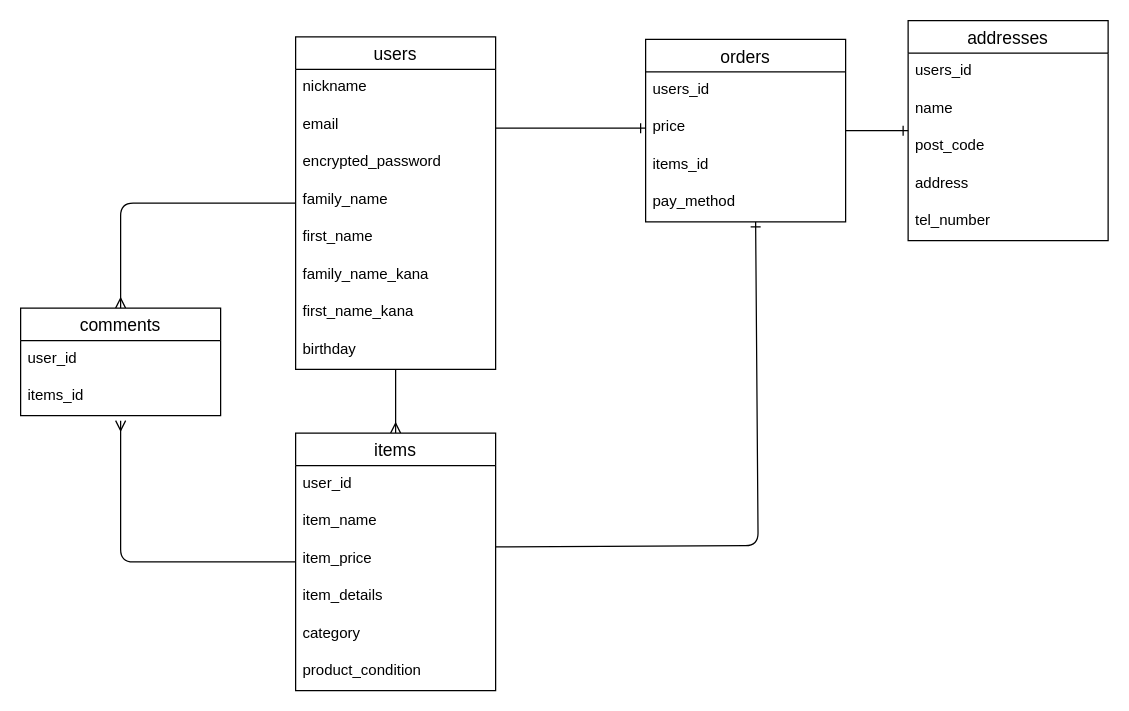
metamaru/furima-40260 keeps this draw.io diagram as furima.dio. Above is the earlier version. Source tidied: cells renumbered, new cells numbered last; positions are measured from the earlier drawing's top-left corner, leaving out a move shared by most shapes. Both pictures are drawn from the tidied source at 125%, with x=0, y=0 at pixel (20, 20).
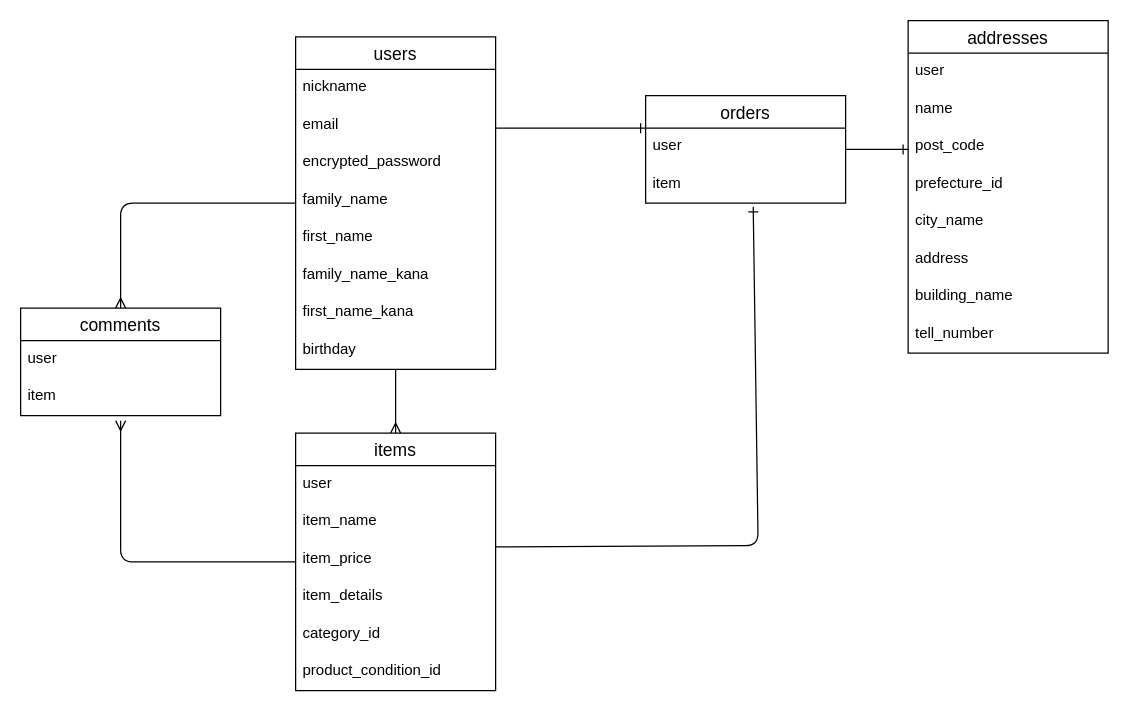
The same diagram, later.

Commit message (it also covers changes not shown here):
テーブル設計の修正

The change refers to these unchanged cells:
```xml
<mxCell id="15" value="items" style="swimlane;fontStyle=0;horizontal=1;startSize=26;align=center;fontSize=14;" parent="1" vertex="1">
  <mxGeometry x="220" y="330" width="160" height="206" as="geometry" />
</mxCell>
<mxCell id="17" value="item_name" style="text;strokeColor=none;fillColor=none;spacingLeft=4;spacingRight=4;overflow=hidden;points=[[0,0.5],[1,0.5]];portConstraint=eastwest;fontSize=12;" parent="15" vertex="1">
  <mxGeometry y="56" width="160" height="30" as="geometry" />
</mxCell>
<mxCell id="35" value="comments" style="swimlane;fontStyle=0;horizontal=1;startSize=26;align=center;fontSize=14;" parent="1" vertex="1">
  <mxGeometry y="230" width="160" height="86" as="geometry" />
</mxCell>
```

Change to the diagram source:
```diff
@@
-    <mxCell id="3" style="edgeStyle=none;html=1;entryX=0;entryY=0.5;entryDx=0;entryDy=0;endArrow=ERone;endFill=0;" parent="1" edge="1" target="25">
+    <mxCell id="3" style="edgeStyle=none;html=1;entryX=0;entryY=0.5;entryDx=0;entryDy=0;endArrow=ERone;endFill=0;" parent="1" edge="1">
       <mxGeometry relative="1" as="geometry">
         <mxPoint x="380" y="86" as="sourcePoint" />
+        <mxPoint x="500" y="86" as="targetPoint" />
       </mxGeometry>
     </mxCell>
@@
-    <mxCell id="16" value="user_id" style="text;strokeColor=none;fillColor=none;spacingLeft=4;spacingRight=4;overflow=hidden;fontSize=12;" parent="15" vertex="1">
+    <mxCell id="16" value="user" style="text;strokeColor=none;fillColor=none;spacingLeft=4;spacingRight=4;overflow=hidden;fontSize=12;" parent="15" vertex="1">
       <mxGeometry y="26" width="160" height="30" as="geometry" />
     </mxCell>
@@
-    <mxCell id="20" value="category" style="text;strokeColor=none;fillColor=none;spacingLeft=4;spacingRight=4;overflow=hidden;fontSize=12;" parent="15" vertex="1">
+    <mxCell id="20" value="category_id" style="text;strokeColor=none;fillColor=none;spacingLeft=4;spacingRight=4;overflow=hidden;fontSize=12;" parent="15" vertex="1">
       <mxGeometry y="146" width="160" height="30" as="geometry" />
     </mxCell>
-    <mxCell id="21" value="product_condition" style="text;strokeColor=none;fillColor=none;spacingLeft=4;spacingRight=4;overflow=hidden;fontSize=12;" parent="15" vertex="1">
-      <mxGeometry y="176" width="160" height="30" as="geometry" />
-    </mxCell>
+    <mxCell id="38" value="product_condition_id" style="text;strokeColor=none;fillColor=none;spacingLeft=4;spacingRight=4;overflow=hidden;fontSize=12;" parent="15" vertex="1">
+      <mxGeometry y="176" width="160" height="30" as="geometry" />
+    </mxCell>
-    <mxCell id="22" style="edgeStyle=none;html=1;entryX=0;entryY=0.5;entryDx=0;entryDy=0;endArrow=ERone;endFill=0;" parent="1" edge="1" source="23" target="28">
-      <mxGeometry relative="1" as="geometry" />
+    <mxCell id="22" style="edgeStyle=none;html=1;endArrow=ERone;endFill=0;" parent="1" edge="1" source="23">
+      <mxGeometry relative="1" as="geometry">
+        <mxPoint x="710" y="103" as="targetPoint" />
+      </mxGeometry>
     </mxCell>
     <mxCell id="23" value="orders" style="swimlane;fontStyle=0;horizontal=1;startSize=26;align=center;fontSize=14;" parent="1" vertex="1">
-      <mxGeometry x="500" y="15" width="160" height="146" as="geometry" />
+      <mxGeometry x="500" y="60" width="160" height="86" as="geometry" />
     </mxCell>
-    <mxCell id="24" value="users_id" style="text;strokeColor=none;fillColor=none;spacingLeft=4;spacingRight=4;overflow=hidden;fontSize=12;" parent="23" vertex="1">
+    <mxCell id="24" value="user" style="text;strokeColor=none;fillColor=none;spacingLeft=4;spacingRight=4;overflow=hidden;fontSize=12;" parent="23" vertex="1">
       <mxGeometry y="26" width="160" height="30" as="geometry" />
     </mxCell>
-    <mxCell id="25" value="price" style="text;strokeColor=none;fillColor=none;spacingLeft=4;spacingRight=4;overflow=hidden;points=[[0,0.5],[1,0.5]];portConstraint=eastwest;fontSize=12;" parent="23" vertex="1">
-      <mxGeometry y="56" width="160" height="30" as="geometry" />
-    </mxCell>
-    <mxCell id="26" value="items_id" style="text;strokeColor=none;fillColor=none;spacingLeft=4;spacingRight=4;overflow=hidden;points=[[0,0.5],[1,0.5]];portConstraint=eastwest;fontSize=12;" parent="23" vertex="1">
-      <mxGeometry y="86" width="160" height="30" as="geometry" />
+    <mxCell id="26" value="item" style="text;strokeColor=none;fillColor=none;spacingLeft=4;spacingRight=4;overflow=hidden;points=[[0,0.5],[1,0.5]];portConstraint=eastwest;fontSize=12;" parent="23" vertex="1">
+      <mxGeometry y="56" width="160" height="30" as="geometry" />
     </mxCell>
-    <mxCell id="27" value="pay_method" style="text;strokeColor=none;fillColor=none;spacingLeft=4;spacingRight=4;overflow=hidden;points=[[0,0.5],[1,0.5]];portConstraint=eastwest;fontSize=12;" parent="23" vertex="1">
-      <mxGeometry y="116" width="160" height="30" as="geometry" />
-    </mxCell>
     <mxCell id="28" value="addresses" style="swimlane;fontStyle=0;horizontal=1;startSize=26;align=center;fontSize=14;" parent="1" vertex="1">
-      <mxGeometry x="710" width="160" height="176" as="geometry" />
+      <mxGeometry x="710" width="160" height="266" as="geometry" />
     </mxCell>
-    <mxCell id="29" value="users_id" style="text;strokeColor=none;fillColor=none;spacingLeft=4;spacingRight=4;overflow=hidden;fontSize=12;" parent="28" vertex="1">
+    <mxCell id="29" value="user" style="text;strokeColor=none;fillColor=none;spacingLeft=4;spacingRight=4;overflow=hidden;fontSize=12;" parent="28" vertex="1">
       <mxGeometry y="26" width="160" height="30" as="geometry" />
     </mxCell>
@@
+    <mxCell id="39" value="prefecture_id" style="text;strokeColor=none;fillColor=none;spacingLeft=4;spacingRight=4;overflow=hidden;fontSize=12;" parent="28" vertex="1">
+      <mxGeometry y="116" width="160" height="30" as="geometry" />
+    </mxCell>
+    <mxCell id="40" value="city_name" style="text;strokeColor=none;fillColor=none;spacingLeft=4;spacingRight=4;overflow=hidden;fontSize=12;" parent="28" vertex="1">
+      <mxGeometry y="146" width="160" height="30" as="geometry" />
+    </mxCell>
     <mxCell id="32" value="address" style="text;strokeColor=none;fillColor=none;spacingLeft=4;spacingRight=4;overflow=hidden;fontSize=12;" parent="28" vertex="1">
-      <mxGeometry y="116" width="160" height="30" as="geometry" />
+      <mxGeometry y="176" width="160" height="30" as="geometry" />
     </mxCell>
+    <mxCell id="41" value="building_name" style="text;strokeColor=none;fillColor=none;spacingLeft=4;spacingRight=4;overflow=hidden;fontSize=12;" parent="28" vertex="1">
+      <mxGeometry y="206" width="160" height="30" as="geometry" />
+    </mxCell>
-    <mxCell id="33" value="tel_number" style="text;strokeColor=none;fillColor=none;spacingLeft=4;spacingRight=4;overflow=hidden;fontSize=12;" parent="28" vertex="1">
-      <mxGeometry y="146" width="160" height="30" as="geometry" />
+    <mxCell id="33" value="tell_number" style="text;strokeColor=none;fillColor=none;spacingLeft=4;spacingRight=4;overflow=hidden;fontSize=12;" parent="28" vertex="1">
+      <mxGeometry y="236" width="160" height="30" as="geometry" />
     </mxCell>
-    <mxCell id="34" style="edgeStyle=none;html=1;entryX=0.55;entryY=1;entryDx=0;entryDy=0;entryPerimeter=0;endArrow=ERone;endFill=0;exitX=1;exitY=1.167;exitDx=0;exitDy=0;exitPerimeter=0;" parent="1" edge="1" source="17" target="27">
+    <mxCell id="34" style="edgeStyle=none;html=1;entryX=0.538;entryY=1.1;entryDx=0;entryDy=0;entryPerimeter=0;endArrow=ERone;endFill=0;exitX=1;exitY=1.167;exitDx=0;exitDy=0;exitPerimeter=0;" parent="1" edge="1" source="17" target="26">
       <mxGeometry relative="1" as="geometry">
         <Array as="points">
           <mxPoint x="590" y="420" />
         </Array>
       </mxGeometry>
     </mxCell>
@@
-    <mxCell id="36" value="user_id" style="text;strokeColor=none;fillColor=none;spacingLeft=4;spacingRight=4;overflow=hidden;fontSize=12;" parent="35" vertex="1">
+    <mxCell id="36" value="user" style="text;strokeColor=none;fillColor=none;spacingLeft=4;spacingRight=4;overflow=hidden;fontSize=12;" parent="35" vertex="1">
       <mxGeometry y="26" width="160" height="30" as="geometry" />
     </mxCell>
-    <mxCell id="37" value="items_id" style="text;strokeColor=none;fillColor=none;spacingLeft=4;spacingRight=4;overflow=hidden;fontSize=12;" parent="35" vertex="1">
+    <mxCell id="37" value="item" style="text;strokeColor=none;fillColor=none;spacingLeft=4;spacingRight=4;overflow=hidden;fontSize=12;" parent="35" vertex="1">
       <mxGeometry y="56" width="160" height="30" as="geometry" />
     </mxCell>
```
